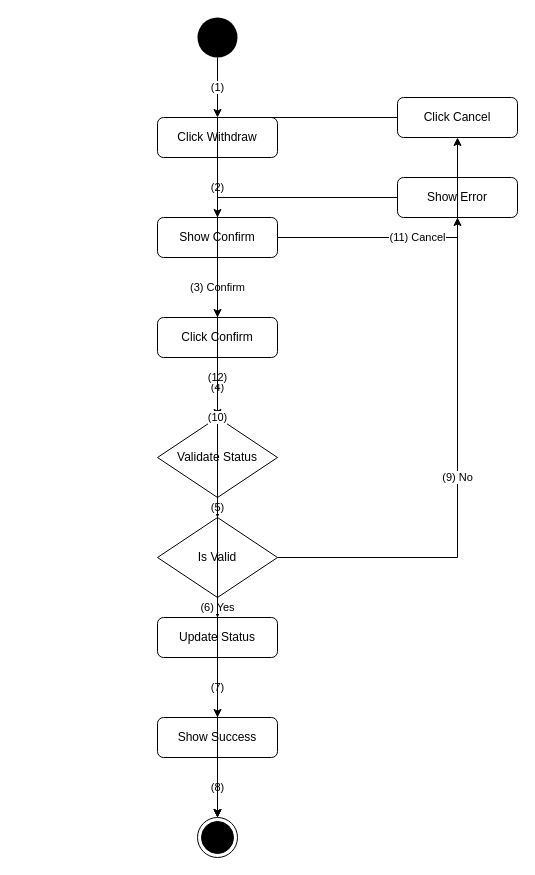
kingDlight/UEIMS_Project keeps this draw.io diagram as activity_flow/uc56_activity_flow.drawio. Above is the earlier version. Source tidied: cells renumbered, new cells numbered last; positions are measured from the earlier drawing's top-left corner, leaving out a move shared by most shapes. Both pictures are drawn from the tidied source at 100%, with x=0, y=0 at pixel (157, 17).
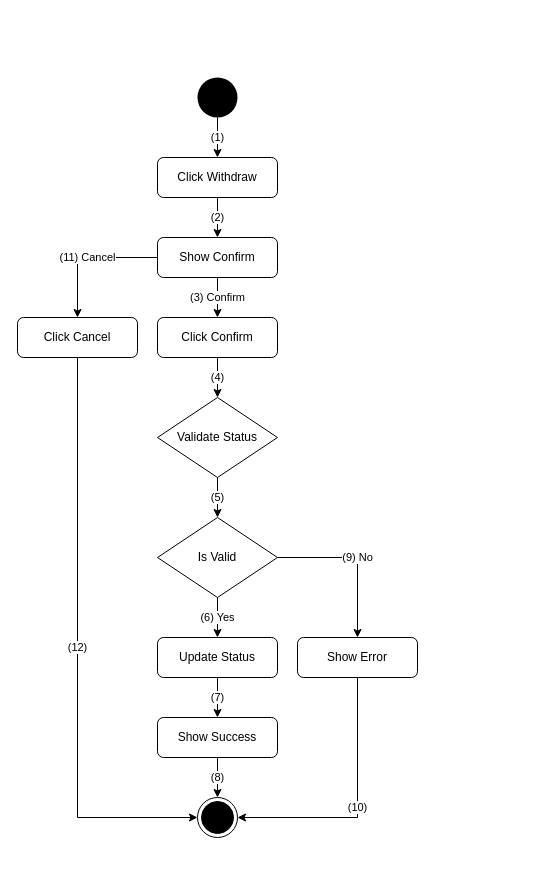
After the change.

Unchanged cells that the change refers to:
```xml
<mxCell id="7" value="Is Valid" style="rhombus;whiteSpace=wrap;html=1;" parent="1" vertex="1">
  <mxGeometry y="500" width="120" height="80" as="geometry" />
</mxCell>
```

The edit, as a diff of the source:
```diff
@@
     <mxCell id="2" style="ellipse;whiteSpace=wrap;html=1;fillColor=#000000;strokeColor=none;" parent="1" vertex="1">
-      <mxGeometry x="40" width="40" height="40" as="geometry" />
+      <mxGeometry x="40" y="60" width="40" height="40" as="geometry" />
     </mxCell>
     <mxCell id="3" value="Click Withdraw" style="rounded=1;whiteSpace=wrap;html=1;" parent="1" vertex="1">
-      <mxGeometry y="100" width="120" height="40" as="geometry" />
+      <mxGeometry y="140" width="120" height="40" as="geometry" />
     </mxCell>
     <mxCell id="4" value="Show Confirm" style="rounded=1;whiteSpace=wrap;html=1;" parent="1" vertex="1">
-      <mxGeometry y="200" width="120" height="40" as="geometry" />
+      <mxGeometry y="220" width="120" height="40" as="geometry" />
     </mxCell>
@@
     <mxCell id="6" value="Validate Status" style="rhombus;whiteSpace=wrap;html=1;" parent="1" vertex="1">
-      <mxGeometry y="400" width="120" height="80" as="geometry" />
+      <mxGeometry y="380" width="120" height="80" as="geometry" />
     </mxCell>
@@
     <mxCell id="8" value="Update Status" style="rounded=1;whiteSpace=wrap;html=1;" parent="1" vertex="1">
-      <mxGeometry y="600" width="120" height="40" as="geometry" />
+      <mxGeometry y="620" width="120" height="40" as="geometry" />
     </mxCell>
@@
     <mxCell id="10" style="ellipse;html=1;shape=endState;fillColor=#000000;strokeColor=#000000;" parent="1" vertex="1">
-      <mxGeometry x="40" y="800" width="40" height="40" as="geometry" />
+      <mxGeometry x="40" y="780" width="40" height="40" as="geometry" />
     </mxCell>
     <mxCell id="11" value="Click Cancel" style="rounded=1;whiteSpace=wrap;html=1;" parent="1" vertex="1">
-      <mxGeometry x="240" y="80" width="120" height="40" as="geometry" />
+      <mxGeometry x="-140" y="300" width="120" height="40" as="geometry" />
     </mxCell>
     <mxCell id="12" value="Show Error" style="rounded=1;whiteSpace=wrap;html=1;" parent="1" vertex="1">
-      <mxGeometry x="240" y="160" width="120" height="40" as="geometry" />
+      <mxGeometry x="140" y="620" width="120" height="40" as="geometry" />
     </mxCell>
@@
-    <mxCell id="21" value="(11) Cancel" style="edgeStyle=orthogonalEdgeStyle;rounded=0;html=1;exitX=1;exitY=0.5;entryX=0.5;entryY=1;" parent="1" edge="1" source="4" target="11">
+    <mxCell id="21" value="(11) Cancel" style="edgeStyle=orthogonalEdgeStyle;rounded=0;html=1;exitX=0;exitY=0.5;entryX=0.5;entryY=0;exitDx=0;exitDy=0;entryDx=0;entryDy=0;" parent="1" edge="1" source="4" target="11">
       <mxGeometry relative="1" as="geometry" />
     </mxCell>
-    <mxCell id="22" value="(12)" style="edgeStyle=orthogonalEdgeStyle;rounded=0;html=1;exitX=0;exitY=0.5;entryX=0.5;entryY=0;" parent="1" edge="1" source="11" target="10">
+    <mxCell id="22" value="(12)" style="edgeStyle=orthogonalEdgeStyle;rounded=0;html=1;exitX=0.5;exitY=1;entryX=0;entryY=0.5;exitDx=0;exitDy=0;entryDx=0;entryDy=0;" parent="1" edge="1" source="11" target="10">
       <mxGeometry relative="1" as="geometry" />
     </mxCell>
-    <mxCell id="23" value="(9) No" style="edgeStyle=orthogonalEdgeStyle;rounded=0;html=1;exitX=1;exitY=0.5;entryX=0.5;entryY=1;" parent="1" edge="1" source="7" target="12">
+    <mxCell id="23" value="(9) No" style="edgeStyle=orthogonalEdgeStyle;rounded=0;html=1;exitX=1;exitY=0.5;entryX=0.5;entryY=0;entryDx=0;entryDy=0;" parent="1" edge="1" source="7" target="12">
       <mxGeometry relative="1" as="geometry" />
     </mxCell>
-    <mxCell id="24" value="(10)" style="edgeStyle=orthogonalEdgeStyle;rounded=0;html=1;exitX=0;exitY=0.5;entryX=0.5;entryY=0;" parent="1" edge="1" source="12" target="10">
+    <mxCell id="24" value="(10)" style="edgeStyle=orthogonalEdgeStyle;rounded=0;html=1;exitX=0.5;exitY=1;entryX=1;entryY=0.5;exitDx=0;exitDy=0;entryDx=0;entryDy=0;" parent="1" edge="1" source="12" target="10">
       <mxGeometry relative="1" as="geometry" />
     </mxCell>
```
